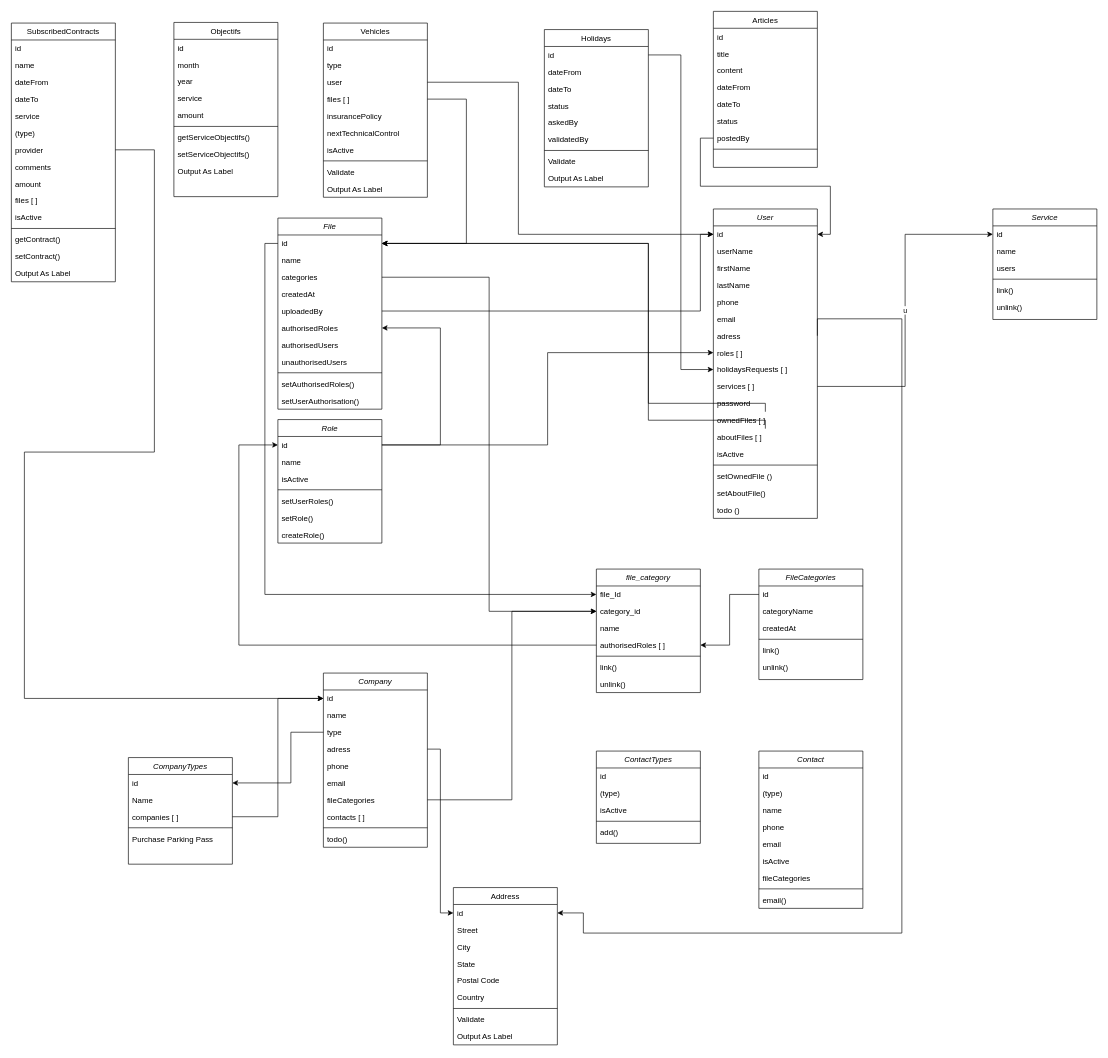
ohugonnot/symfony-velzon-api keeps this draw.io diagram as assets/database_reference.drawio. Above is the earlier version. Source tidied: cells renumbered, new cells numbered last; positions are measured from the earlier drawing's top-left corner, leaving out a move shared by most shapes. Both pictures are drawn from the tidied source at 65%, with x=0, y=0 at pixel (11, 11).
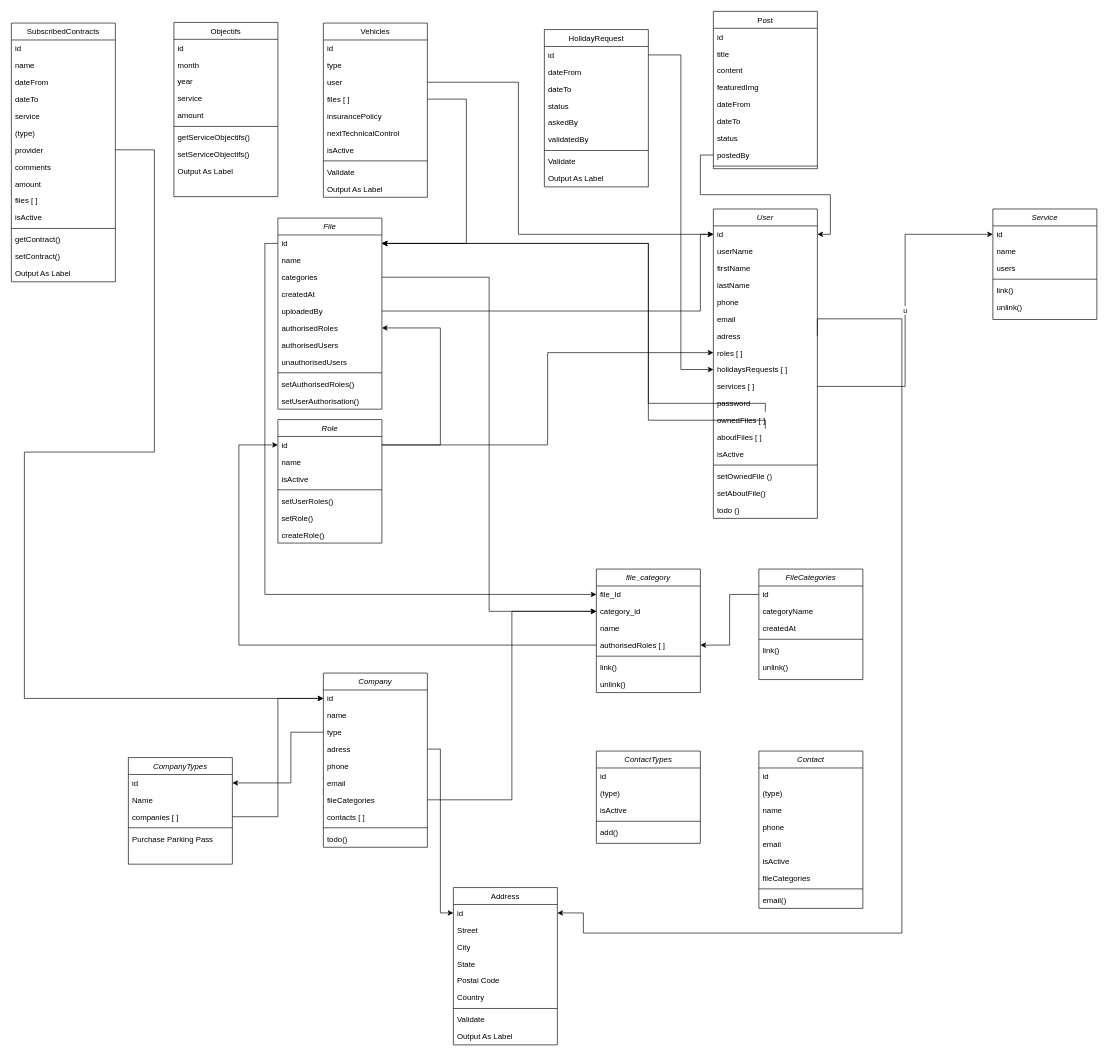
After the change.

Commit message:
Mettre à jour database_reference.drawio

Change to the diagram source:
```diff
@@
-    <mxCell id="88" value="Holidays" style="swimlane;fontStyle=0;align=center;verticalAlign=top;horizontal=1;startSize=26;rounded=0;shadow=0;strokeWidth=1;" parent="1" vertex="1">
+    <mxCell id="88" value="HolidayRequest" style="swimlane;fontStyle=0;align=center;verticalAlign=top;horizontal=1;startSize=26;rounded=0;shadow=0;strokeWidth=1;" parent="1" vertex="1">
       <mxGeometry x="820" y="28" width="160" height="242" as="geometry" />
     </mxCell>
@@
-    <mxCell id="172" value="Articles" style="swimlane;fontStyle=0;align=center;verticalAlign=top;horizontal=1;startSize=26;rounded=0;shadow=0;strokeWidth=1;" parent="1" vertex="1">
-      <mxGeometry x="1080" width="160" height="240" as="geometry" />
+    <mxCell id="172" value="Post" style="swimlane;fontStyle=0;align=center;verticalAlign=top;horizontal=1;startSize=26;rounded=0;shadow=0;strokeWidth=1;" parent="1" vertex="1">
+      <mxGeometry x="1080" width="160" height="242" as="geometry" />
     </mxCell>
@@
+    <mxCell id="182" value="featuredImg" style="text;align=left;verticalAlign=top;spacingLeft=4;spacingRight=4;overflow=hidden;" parent="172" vertex="1">
+      <mxGeometry y="104" width="160" height="26" as="geometry" />
+    </mxCell>
     <mxCell id="176" value="dateFrom" style="text;align=left;verticalAlign=top;spacingLeft=4;spacingRight=4;overflow=hidden;rounded=0;shadow=0;html=0;" parent="172" vertex="1">
-      <mxGeometry y="104" width="160" height="26" as="geometry" />
+      <mxGeometry y="130" width="160" height="26" as="geometry" />
     </mxCell>
     <mxCell id="177" value="dateTo" style="text;align=left;verticalAlign=top;spacingLeft=4;spacingRight=4;overflow=hidden;rounded=0;shadow=0;html=0;" parent="172" vertex="1">
-      <mxGeometry y="130" width="160" height="26" as="geometry" />
+      <mxGeometry y="156" width="160" height="26" as="geometry" />
     </mxCell>
     <mxCell id="178" value="status" style="text;align=left;verticalAlign=top;spacingLeft=4;spacingRight=4;overflow=hidden;rounded=0;shadow=0;html=0;" parent="172" vertex="1">
-      <mxGeometry y="156" width="160" height="26" as="geometry" />
+      <mxGeometry y="182" width="160" height="26" as="geometry" />
     </mxCell>
     <mxCell id="179" value="postedBy" style="text;align=left;verticalAlign=top;spacingLeft=4;spacingRight=4;overflow=hidden;points=[[0,0.5],[1,0.5]];portConstraint=eastwest;rounded=0;shadow=0;html=0;" parent="172" vertex="1">
-      <mxGeometry y="182" width="160" height="26" as="geometry" />
+      <mxGeometry y="208" width="160" height="26" as="geometry" />
     </mxCell>
     <mxCell id="180" style="line;html=1;strokeWidth=1;align=left;verticalAlign=middle;spacingTop=-1;spacingLeft=3;spacingRight=3;labelPosition=right;" parent="172" vertex="1">
-      <mxGeometry y="208" width="160" height="8" as="geometry" />
+      <mxGeometry y="234" width="160" height="8" as="geometry" />
     </mxCell>
```
